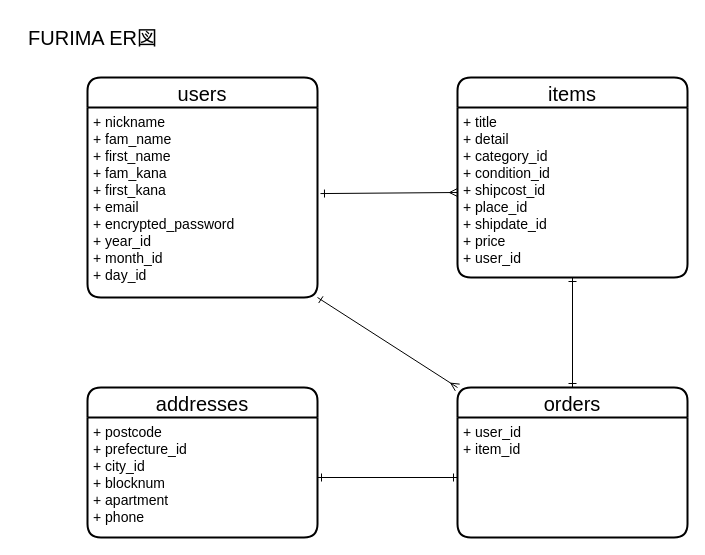
The draw.io diagram furima.er.dio in sumiremama/furima-39966, before the edit. Source tidied: cells renumbered, new cells numbered last; positions are measured from the earlier drawing's top-left corner, leaving out a move shared by most shapes. Both pictures are drawn from the tidied source at 100%, with x=0, y=0 at pixel (17, 17).
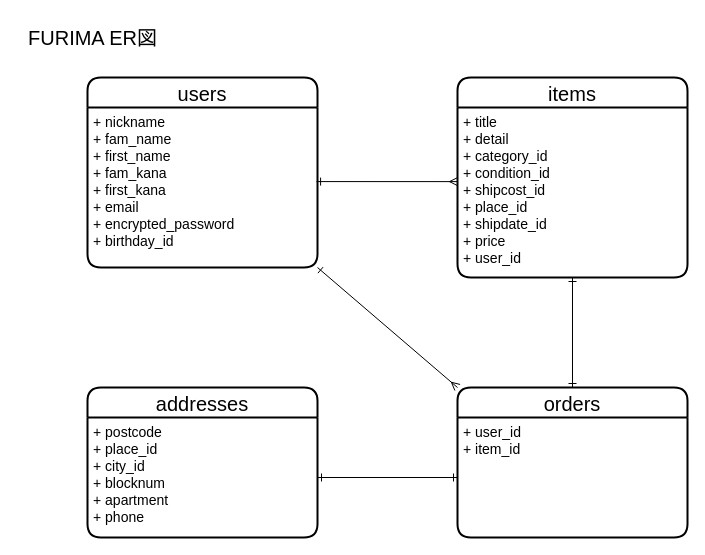
The same diagram, later.

Commit message (it also covers changes not shown here):
READMEとER図の再修正

Diff of the diagram source:
```diff
@@
 <mxGraphModel>
   <root>
     <mxCell id="0" />
     <mxCell id="1" parent="0" />
     <mxCell id="2" value="users" style="swimlane;horizontal=1;startSize=30;rounded=1;fontSize=20;fontStyle=0;strokeWidth=2;shadow=0;dashed=0;align=center;" parent="1" vertex="1">
-      <mxGeometry x="70" y="60" width="230" height="220" as="geometry" />
+      <mxGeometry x="70" y="60" width="230" height="190" as="geometry" />
     </mxCell>
-    <mxCell id="3" value="+ nickname&#10;+ fam_name&#10;+ first_name&#10;+ fam_kana&#10;+ first_kana&#10;+ email&#10;+ encrypted_password&#10;+ year_id&#10;+ month_id&#10;+ day_id" style="align=left;strokeColor=none;fillColor=none;spacingLeft=4;fontSize=14;verticalAlign=top;" parent="2" vertex="1">
-      <mxGeometry y="30" width="230" height="190" as="geometry" />
+    <mxCell id="3" value="+ nickname&#10;+ fam_name&#10;+ first_name&#10;+ fam_kana&#10;+ first_kana&#10;+ email&#10;+ encrypted_password&#10;+ birthday_id" style="align=left;strokeColor=none;fillColor=none;spacingLeft=4;fontSize=14;verticalAlign=top;" parent="2" vertex="1">
+      <mxGeometry y="30" width="230" height="160" as="geometry" />
     </mxCell>
     <mxCell id="4" value="items" style="swimlane;horizontal=1;startSize=30;rounded=1;fontSize=20;fontStyle=0;strokeWidth=2;shadow=0;dashed=0;align=center;" parent="1" vertex="1">
       <mxGeometry x="440" y="60" width="230" height="200" as="geometry" />
     </mxCell>
     <mxCell id="5" value="+ title&#10;+ detail&#10;+ category_id&#10;+ condition_id&#10;+ shipcost_id&#10;+ place_id&#10;+ shipdate_id&#10;+ price&#10;+ user_id" style="align=left;strokeColor=none;fillColor=none;spacingLeft=4;fontSize=14;verticalAlign=top;" parent="4" vertex="1">
       <mxGeometry y="30" width="230" height="170" as="geometry" />
     </mxCell>
     <mxCell id="6" value="addresses" style="swimlane;horizontal=1;startSize=30;rounded=1;fontSize=20;fontStyle=0;strokeWidth=2;shadow=0;dashed=0;align=center;" parent="1" vertex="1">
       <mxGeometry x="70" y="370" width="230" height="150" as="geometry" />
     </mxCell>
-    <mxCell id="7" value="+ postcode&#10;+ prefecture_id&#10;+ city_id&#10;+ blocknum&#10;+ apartment&#10;+ phone" style="align=left;strokeColor=none;fillColor=none;spacingLeft=4;fontSize=14;verticalAlign=top;" parent="6" vertex="1">
+    <mxCell id="7" value="+ postcode&#10;+ place_id&#10;+ city_id&#10;+ blocknum&#10;+ apartment&#10;+ phone" style="align=left;strokeColor=none;fillColor=none;spacingLeft=4;fontSize=14;verticalAlign=top;" parent="6" vertex="1">
       <mxGeometry y="30" width="230" height="120" as="geometry" />
     </mxCell>
     <mxCell id="8" value="orders" style="swimlane;horizontal=1;startSize=30;rounded=1;fontSize=20;fontStyle=0;strokeWidth=2;shadow=0;dashed=0;align=center;" parent="1" vertex="1">
       <mxGeometry x="440" y="370" width="230" height="150" as="geometry" />
     </mxCell>
     <mxCell id="9" value="+ user_id&#10;+ item_id" style="align=left;strokeColor=none;fillColor=none;spacingLeft=4;fontSize=14;verticalAlign=top;" parent="8" vertex="1">
       <mxGeometry y="30" width="230" height="120" as="geometry" />
     </mxCell>
-    <mxCell id="10" style="edgeStyle=none;html=1;exitX=1.013;exitY=0.453;exitDx=0;exitDy=0;fontSize=14;endArrow=ERmany;endFill=0;startArrow=ERone;startFill=0;entryX=0;entryY=0.5;entryDx=0;entryDy=0;exitPerimeter=0;" parent="1" edge="1" source="3" target="5">
+    <mxCell id="10" style="edgeStyle=none;html=1;exitX=0.996;exitY=0.463;exitDx=0;exitDy=0;fontSize=14;endArrow=ERmany;endFill=0;startArrow=ERone;startFill=0;entryX=0;entryY=0.436;entryDx=0;entryDy=0;entryPerimeter=0;exitPerimeter=0;" parent="1" edge="1" source="3" target="5">
       <mxGeometry relative="1" as="geometry" />
     </mxCell>
     <mxCell id="11" style="edgeStyle=none;html=1;exitX=0.5;exitY=1;exitDx=0;exitDy=0;fontSize=14;endArrow=ERone;endFill=0;startArrow=ERone;startFill=0;entryX=0.5;entryY=0;entryDx=0;entryDy=0;" parent="1" edge="1" source="5" target="8">
       <mxGeometry relative="1" as="geometry" />
     </mxCell>
     <mxCell id="12" style="edgeStyle=none;html=1;exitX=1;exitY=0.5;exitDx=0;exitDy=0;entryX=0;entryY=0.5;entryDx=0;entryDy=0;fontSize=14;startArrow=ERone;startFill=0;endArrow=ERone;endFill=0;" parent="1" edge="1" source="7" target="9">
       <mxGeometry relative="1" as="geometry" />
     </mxCell>
     <mxCell id="13" style="edgeStyle=none;html=1;exitX=1;exitY=1;exitDx=0;exitDy=0;entryX=0;entryY=0;entryDx=0;entryDy=0;fontSize=14;startArrow=ERone;startFill=0;endArrow=ERmany;endFill=0;" parent="1" edge="1" source="3" target="8">
       <mxGeometry relative="1" as="geometry" />
     </mxCell>
     <mxCell id="14" value="FURIMA ER図" style="text;html=1;align=center;verticalAlign=middle;strokeColor=none;fillColor=none;fontSize=20;" parent="1" vertex="1">
       <mxGeometry width="150" height="40" as="geometry" />
     </mxCell>
   </root>
 </mxGraphModel>
```
